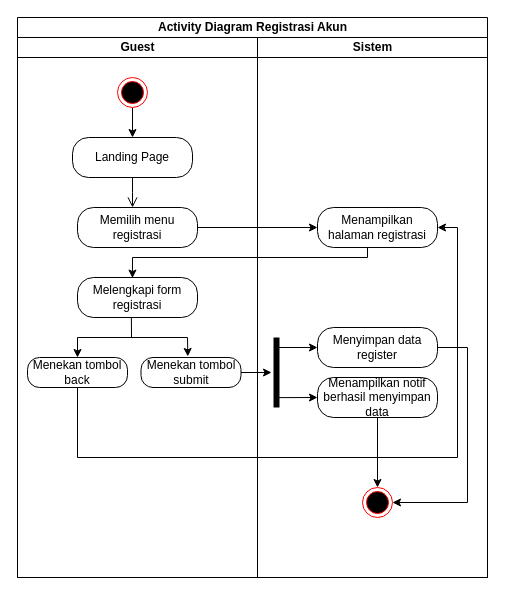
This is activity diagram/All Role/registrasi akun.drawio from Muhamadrafliseptian/rancangan-sistem-dan-dokumen, a draw.io file, before an edit. Source tidied: cells renumbered, new cells numbered last; positions are measured from the earlier drawing's top-left corner, leaving out a move shared by most shapes. Both pictures are drawn from the tidied source at 100%, with x=0, y=0 at pixel (17, 17).
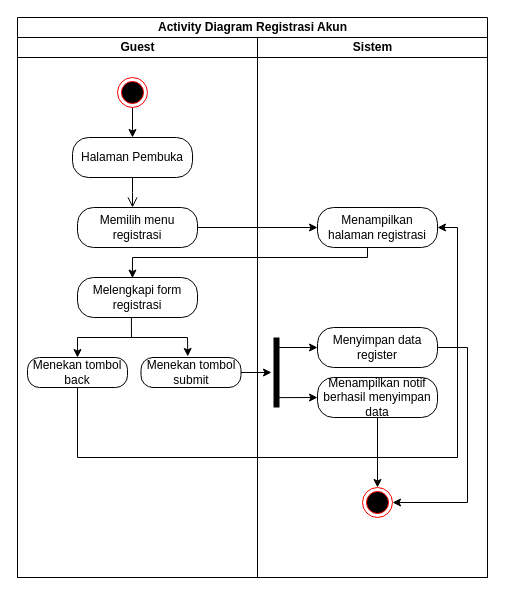
Above is the later version.

The change refers to these unchanged cells:
```xml
<mxCell id="3" value="Guest" style="swimlane;startSize=20;html=1;" parent="2" vertex="1">
  <mxGeometry y="20" width="240" height="540" as="geometry" />
</mxCell>
```

The edit, as a diff of the source:
```diff
@@
-    <mxCell id="6" value="Landing Page" style="rounded=1;whiteSpace=wrap;html=1;arcSize=40;fontColor=#000000;fillColor=default;strokeColor=default;" parent="3" vertex="1">
+    <mxCell id="6" value="Halaman Pembuka" style="rounded=1;whiteSpace=wrap;html=1;arcSize=40;fontColor=#000000;fillColor=default;strokeColor=default;" parent="3" vertex="1">
       <mxGeometry x="55" y="100" width="120" height="40" as="geometry" />
     </mxCell>
```
